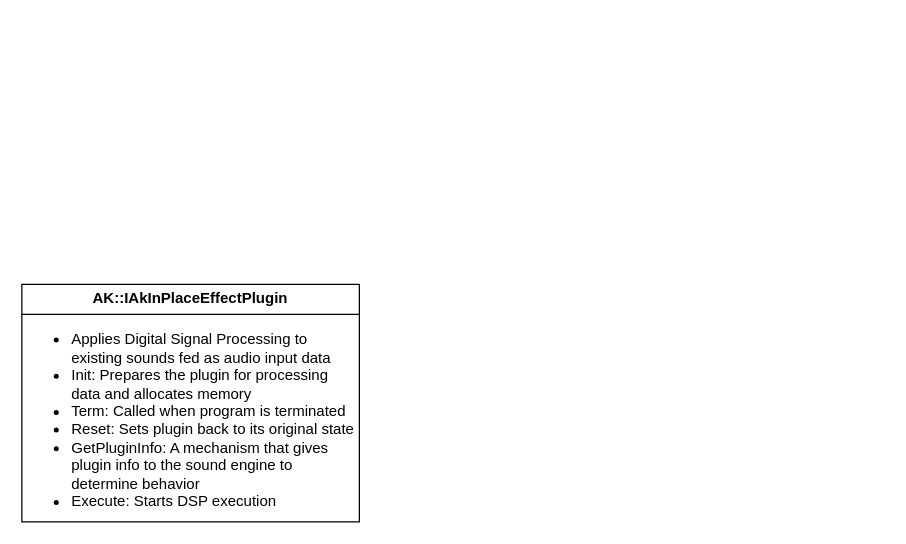
Above: Render-In-PlaceFX.drawio in Saber033/Comp-Sci-IA (draw.io), before the change. Source tidied: cells renumbered, new cells numbered last; positions are measured from the earlier drawing's top-left corner, leaving out a move shared by most shapes. Both pictures are drawn from the tidied source at 125%, with x=0, y=0 at pixel (21, 284).
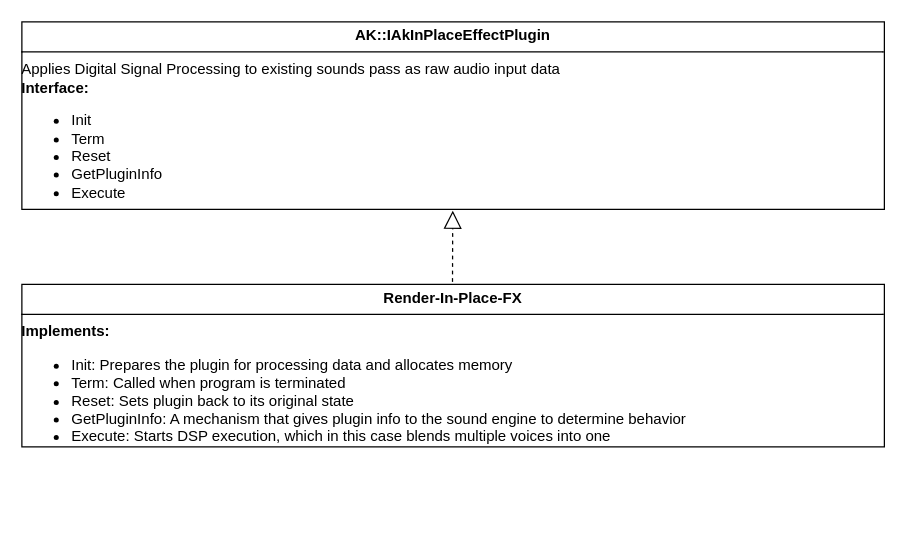
The same page after the edit.

Diff of the diagram source:
```diff
@@
 <mxGraphModel>
   <root>
     <mxCell id="0" />
     <mxCell id="1" parent="0" />
-    <mxCell id="2" value="&lt;p style=&quot;margin:0px;margin-top:4px;text-align:center;&quot;&gt;&lt;b&gt;AK::IAkInPlaceEffectPlugin&lt;/b&gt;&lt;br&gt;&lt;/p&gt;&lt;hr size=&quot;1&quot; style=&quot;border-style:solid;&quot;&gt;&lt;div style=&quot;height: 2px;&quot;&gt;&lt;ul&gt;&lt;li&gt;Applies Digital Signal Processing to existing sounds fed as audio input data&amp;nbsp;&lt;/li&gt;&lt;li&gt;Init: Prepares the plugin for processing data and allocates memory&lt;/li&gt;&lt;li&gt;Term: Called when program is terminated&lt;/li&gt;&lt;li&gt;Reset: Sets plugin back to its original state&lt;/li&gt;&lt;li&gt;GetPluginInfo: A mechanism that gives plugin info to the sound engine to determine behavior&lt;/li&gt;&lt;li&gt;Execute: Starts DSP execution&lt;/li&gt;&lt;/ul&gt;&lt;/div&gt;" style="verticalAlign=top;align=left;overflow=fill;html=1;whiteSpace=wrap;" parent="1" vertex="1">
-      <mxGeometry width="270" height="190" as="geometry" />
+    <mxCell id="2" value="&lt;p style=&quot;margin:0px;margin-top:4px;text-align:center;&quot;&gt;&lt;b&gt;Render-In-Place-FX&lt;/b&gt;&lt;/p&gt;&lt;hr size=&quot;1&quot; style=&quot;border-style:solid;&quot;&gt;&lt;b&gt;Implements:&lt;/b&gt;&lt;div style=&quot;height: 2px;&quot;&gt;&lt;ul&gt;&lt;li&gt;&lt;span style=&quot;background-color: transparent; color: light-dark(rgb(0, 0, 0), rgb(255, 255, 255));&quot;&gt;Init: Prepares the plugin for processing data and allocates memory&lt;/span&gt;&lt;br&gt;&lt;/li&gt;&lt;li&gt;Term: Called when program is terminated&lt;/li&gt;&lt;li&gt;Reset: Sets plugin back to its original state&lt;/li&gt;&lt;li&gt;GetPluginInfo: A mechanism that gives plugin info to the sound engine to determine behavior&lt;/li&gt;&lt;li&gt;Execute: Starts DSP execution, which in this case blends multiple voices into one&lt;/li&gt;&lt;/ul&gt;&lt;/div&gt;" style="verticalAlign=top;align=left;overflow=fill;html=1;whiteSpace=wrap;" parent="1" vertex="1">
+      <mxGeometry width="690" height="130" as="geometry" />
     </mxCell>
+    <mxCell id="3" value="&lt;p style=&quot;margin:0px;margin-top:4px;text-align:center;&quot;&gt;&lt;b style=&quot;background-color: transparent; color: light-dark(rgb(0, 0, 0), rgb(255, 255, 255));&quot;&gt;AK::IAkInPlaceEffectPlugin&lt;/b&gt;&lt;/p&gt;&lt;hr size=&quot;1&quot; style=&quot;border-style:solid;&quot;&gt;Applies Digital Signal Processing to existing sounds pass as raw audio input data&lt;div&gt;&lt;b style=&quot;background-color: transparent; color: light-dark(rgb(0, 0, 0), rgb(255, 255, 255)); text-wrap: nowrap;&quot;&gt;Interface:&amp;nbsp;&lt;/b&gt;&lt;div style=&quot;height:2px;&quot;&gt;&lt;ul&gt;&lt;li&gt;&lt;span style=&quot;background-color: transparent; color: light-dark(rgb(0, 0, 0), rgb(255, 255, 255));&quot;&gt;Init&lt;/span&gt;&lt;br&gt;&lt;/li&gt;&lt;li&gt;Term&lt;/li&gt;&lt;li&gt;Reset&lt;/li&gt;&lt;li&gt;GetPluginInfo&lt;/li&gt;&lt;li&gt;Execute&lt;/li&gt;&lt;/ul&gt;&lt;/div&gt;&lt;/div&gt;" style="verticalAlign=top;align=left;overflow=fill;html=1;whiteSpace=wrap;" parent="1" vertex="1">
+      <mxGeometry y="-210" width="690" height="150" as="geometry" />
+    </mxCell>
+    <mxCell id="4" style="endArrow=block;dashed=1;endFill=0;endSize=12;html=1;rounded=0;entryX=0.399;entryY=0.051;entryDx=0;entryDy=0;entryPerimeter=0;" parent="1" edge="1">
+      <mxGeometry relative="1" as="geometry">
+        <mxPoint x="344.5" y="-2" as="sourcePoint" />
+        <mxPoint x="344.7" y="-59" as="targetPoint" />
+      </mxGeometry>
+    </mxCell>
   </root>
 </mxGraphModel>
```
